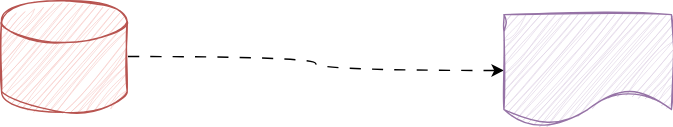
Above: docs/test.drawio.svg in zhangzhefang-github/animated-diagram (draw.io), before the change. Source tidied: cells renumbered, new cells last; positions are measured from the earlier drawing's top-left corner, leaving out a move shared by most shapes.
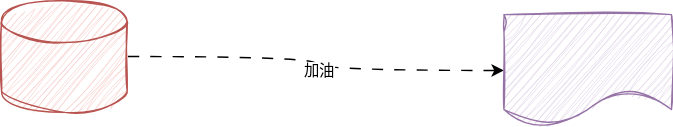
The same file after the commit.

The edit, as a diff of the source:
```diff
@@ -5,6 +5,9 @@
     <mxCell id="2" style="edgeStyle=orthogonalEdgeStyle;rounded=0;jettySize=auto;html=1;flowAnimation=1;curved=1;entryX=0;entryY=0.5;entryDx=0;entryDy=0;" parent="1" edge="1" source="3" target="4">
       <mxGeometry relative="1" as="geometry" />
     </mxCell>
+    <mxCell id="5" value="加油" style="edgeLabel;html=1;align=center;verticalAlign=middle;" parent="2" vertex="1">
+      <mxGeometry x="0.05" y="1" relative="1" as="geometry" />
+    </mxCell>
     <mxCell id="3" style="shape=cylinder3;whiteSpace=wrap;html=1;boundedLbl=1;backgroundOutline=1;size=15;fillColor=#f8cecc;strokeColor=#b85450;sketch=1;curveFitting=1;jiggle=2;" parent="1" vertex="1">
       <mxGeometry width="90" height="80" as="geometry" />
     </mxCell>
```
